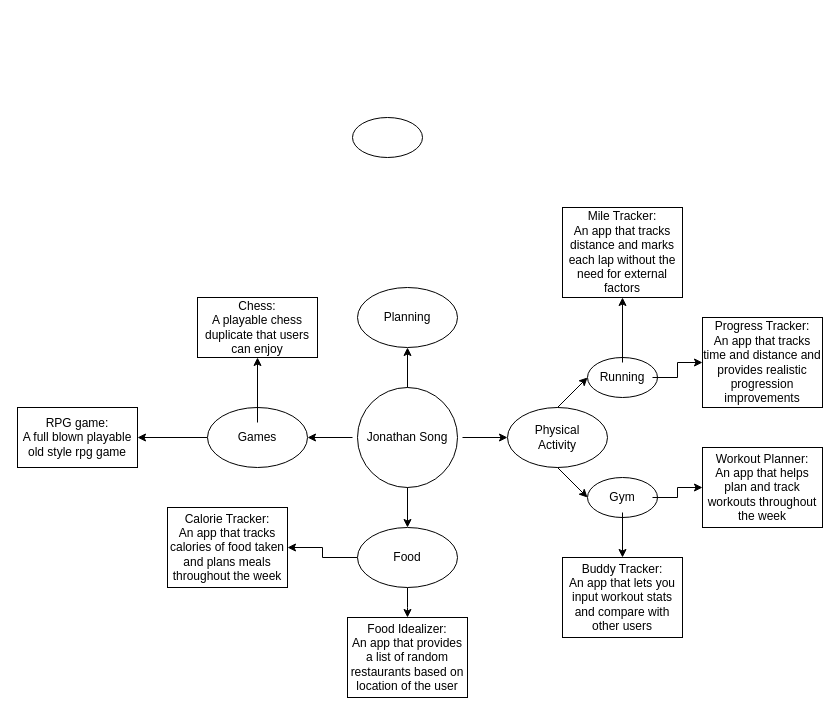
This is Untitled Diagram.drawio from boboflofo/ideaboard, a draw.io file, before an edit. Source tidied: cells renumbered, new cells numbered last; positions are measured from the earlier drawing's top-left corner, leaving out a move shared by most shapes. Both pictures are drawn from the tidied source at 100%, with x=0, y=0 at pixel (17, 117).
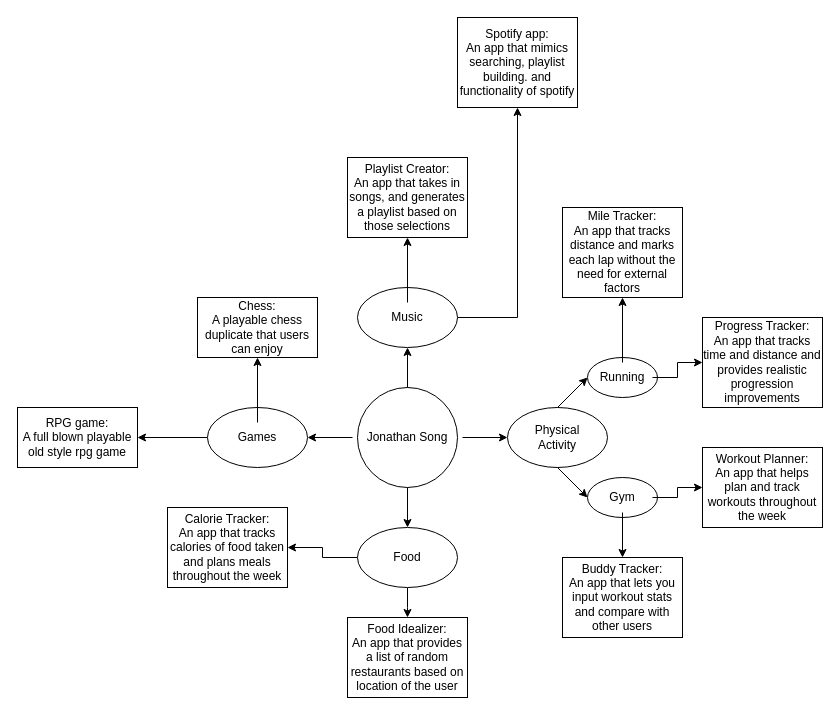
Above is the later version.

Commit message:
finish rough draft of idea board

The change refers to these unchanged cells:
```xml
<mxCell id="13" style="ellipse;whiteSpace=wrap;html=1;" parent="1" vertex="1">
  <mxGeometry x="340" y="170" width="100" height="60" as="geometry" />
</mxCell>
```

What changed in the source:
```diff
@@
+    <mxCell id="39" style="edgeStyle=orthogonalEdgeStyle;rounded=0;jettySize=auto;html=1;" parent="1" edge="1" source="13" target="42">
+      <mxGeometry relative="1" as="geometry">
+        <Array as="points">
+          <mxPoint x="500" y="200" />
+        </Array>
+      </mxGeometry>
+    </mxCell>
@@
+    <mxCell id="40" style="edgeStyle=orthogonalEdgeStyle;rounded=0;jettySize=auto;html=1;" parent="1" edge="1" source="16" target="41">
+      <mxGeometry relative="1" as="geometry" />
+    </mxCell>
-    <mxCell id="16" value="Planning" style="text;strokeColor=none;align=center;fillColor=none;html=1;verticalAlign=middle;whiteSpace=wrap;rounded=0;" parent="1" vertex="1">
+    <mxCell id="16" value="Music" style="text;strokeColor=none;align=center;fillColor=none;html=1;verticalAlign=middle;whiteSpace=wrap;rounded=0;" parent="1" vertex="1">
       <mxGeometry x="360" y="185" width="60" height="30" as="geometry" />
     </mxCell>
@@
-    <mxCell id="23" style="ellipse;whiteSpace=wrap;html=1;" parent="1" vertex="1">
-      <mxGeometry x="335" width="70" height="40" as="geometry" />
-    </mxCell>
@@
+    <mxCell id="41" value="Playlist Creator:&lt;br&gt;An app that takes in songs, and generates a playlist based on those selections" style="whiteSpace=wrap;html=1;" parent="1" vertex="1">
+      <mxGeometry x="330" y="40" width="120" height="80" as="geometry" />
+    </mxCell>
+    <mxCell id="42" value="Spotify app:&lt;br&gt;An app that mimics searching, playlist building. and functionality of spotify" style="rounded=0;whiteSpace=wrap;html=1;" parent="1" vertex="1">
+      <mxGeometry x="440" y="-100" width="120" height="90" as="geometry" />
+    </mxCell>
```
